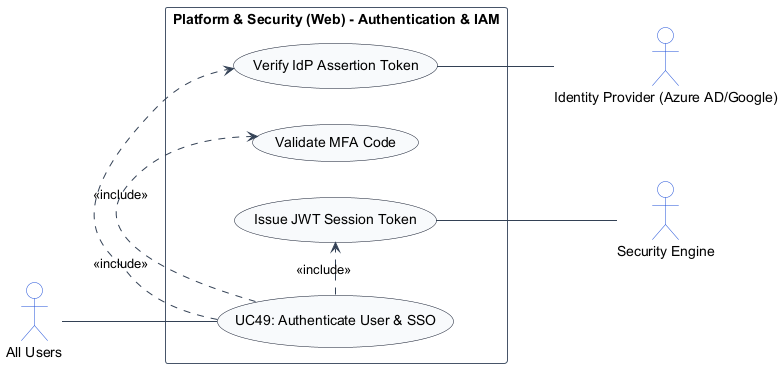
Before: usecase_images/UC49.png, a diagram exported from PlantUML (TamBui1706/HRPlatform).
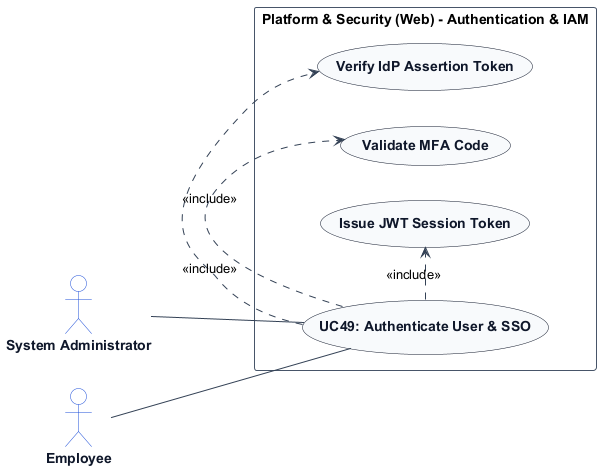
The same file after the commit.

The edit, as a diff of the source:
```diff
@@ -7,14 +7,19 @@
 skinparam ArrowColor #334155
 skinparam ActorBorderColor #1d4ed8
 skinparam ActorBackgroundColor #ffffff
+skinparam ActorFontColor #0f172a
+skinparam ActorFontStyle bold
+
 skinparam UsecaseBorderColor #0f172a
 skinparam UsecaseBackgroundColor #f8fafc
+skinparam UsecaseFontColor #0f172a
+skinparam UsecaseFontStyle bold
+
 skinparam RectangleBorderColor #475569
 skinparam RectangleBackgroundColor #ffffff
 
-actor "All Users" as AllUsers
-actor "Identity Provider (Azure AD/Google)" as IdentityProviderAzureADGoogle
-actor "Security Engine" as SecurityEngine
+actor "System Administrator" as SystemAdministrator
+actor "Employee" as Employee
 
 rectangle "Platform & Security (Web) - Authentication & IAM" {
     usecase "UC49: Authenticate User & SSO" as UC_Main
@@ -22,11 +27,10 @@
     usecase "Validate MFA Code" as UC_MFA
     usecase "Issue JWT Session Token" as UC_IssueJWT
 
-    AllUsers -- UC_Main
+    SystemAdministrator -- UC_Main
+    Employee -- UC_Main
     UC_Main .> UC_VerifyToken : <<include>>
     UC_Main .> UC_MFA : <<include>>
     UC_Main .> UC_IssueJWT : <<include>>
-    UC_VerifyToken -- IdentityProviderAzureADGoogle
-    UC_IssueJWT -- SecurityEngine
 }
 @enduml
```
